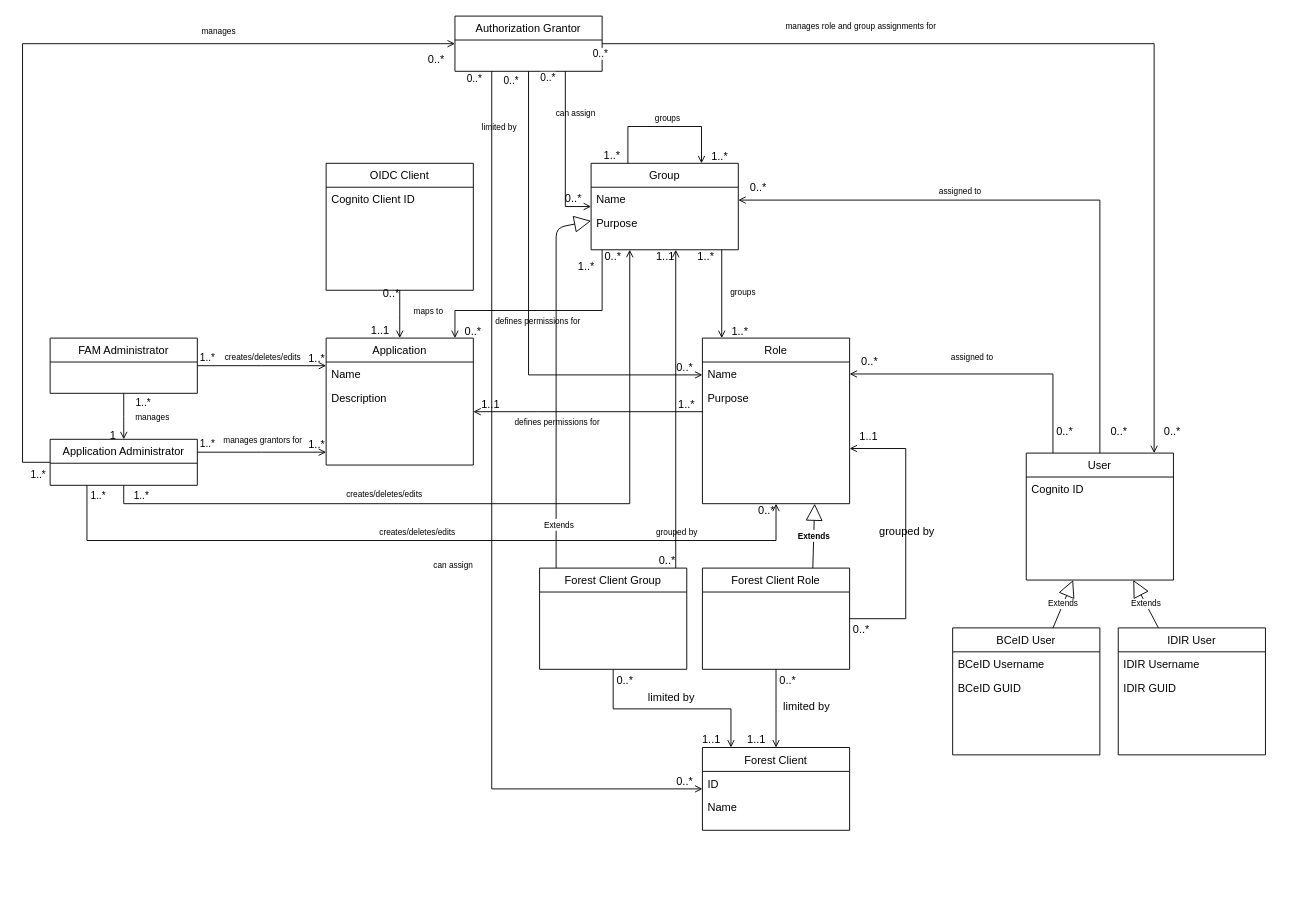
The draw.io diagram fam_domain.drawio in webgismd/draw.io, before the edit. Source tidied: cells renumbered, new cells numbered last; positions are measured from the earlier drawing's top-left corner, leaving out a move shared by most shapes. Both pictures are drawn from the tidied source at 92%, with x=0, y=0 at pixel (22, 16).
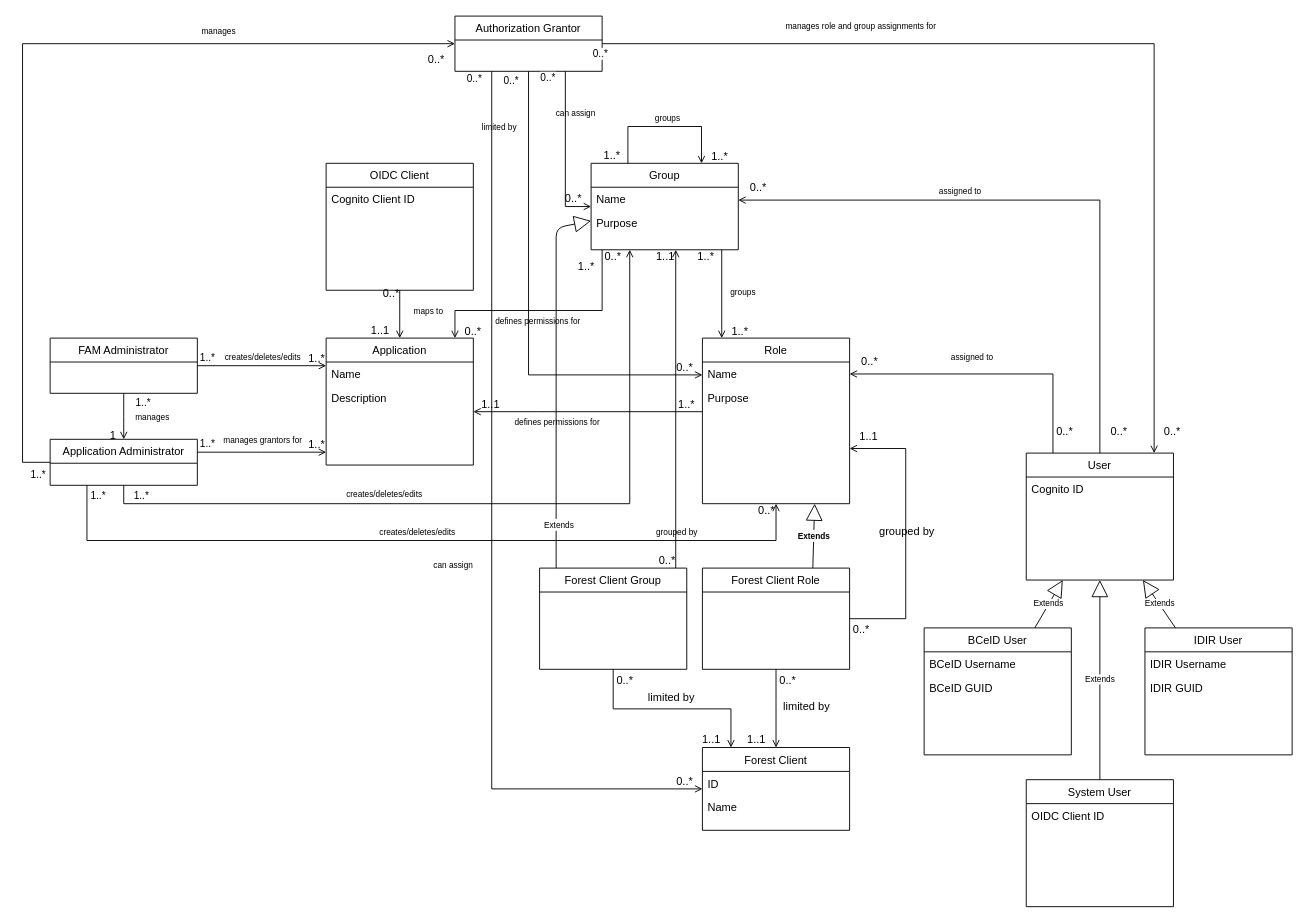
The same page after the edit.

The change refers to these unchanged cells:
```xml
<mxCell id="18" value="User" style="swimlane;fontStyle=0;align=center;verticalAlign=top;horizontal=1;startSize=26;rounded=0;shadow=0;strokeWidth=1;" parent="1" vertex="1">
  <mxGeometry x="1091" y="475" width="160" height="138" as="geometry" />
</mxCell>
```

Diff of the diagram source:
```diff
@@
     <mxCell id="20" value="BCeID User" style="swimlane;fontStyle=0;align=center;verticalAlign=top;horizontal=1;startSize=26;rounded=0;shadow=0;strokeWidth=1;" parent="1" vertex="1">
-      <mxGeometry x="1011" y="665" width="160" height="138" as="geometry" />
+      <mxGeometry x="980" y="665" width="160" height="138" as="geometry" />
     </mxCell>
@@
     <mxCell id="23" value="IDIR User" style="swimlane;fontStyle=0;align=center;verticalAlign=top;horizontal=1;startSize=26;rounded=0;shadow=0;strokeWidth=1;" parent="1" vertex="1">
-      <mxGeometry x="1191" y="665" width="160" height="138" as="geometry" />
+      <mxGeometry x="1220" y="665" width="160" height="138" as="geometry" />
     </mxCell>
@@
+    <mxCell id="117" value="System User" style="swimlane;fontStyle=0;align=center;verticalAlign=top;horizontal=1;startSize=26;rounded=0;shadow=0;strokeWidth=1;" parent="1" vertex="1">
+      <mxGeometry x="1091" y="830" width="160" height="138" as="geometry" />
+    </mxCell>
+    <mxCell id="118" value="OIDC Client ID" style="text;align=left;verticalAlign=top;spacingLeft=4;spacingRight=4;overflow=hidden;" parent="117" vertex="1">
+      <mxGeometry y="26" width="160" height="26" as="geometry" />
+    </mxCell>
+    <mxCell id="119" value="Extends" style="endArrow=block;endSize=16;endFill=0;html=1;fontSize=9;entryX=0.5;entryY=1;entryDx=0;entryDy=0;exitX=0.5;exitY=0;exitDx=0;exitDy=0;" parent="1" edge="1" source="117" target="18">
+      <mxGeometry relative="1" as="geometry" />
+    </mxCell>
```
